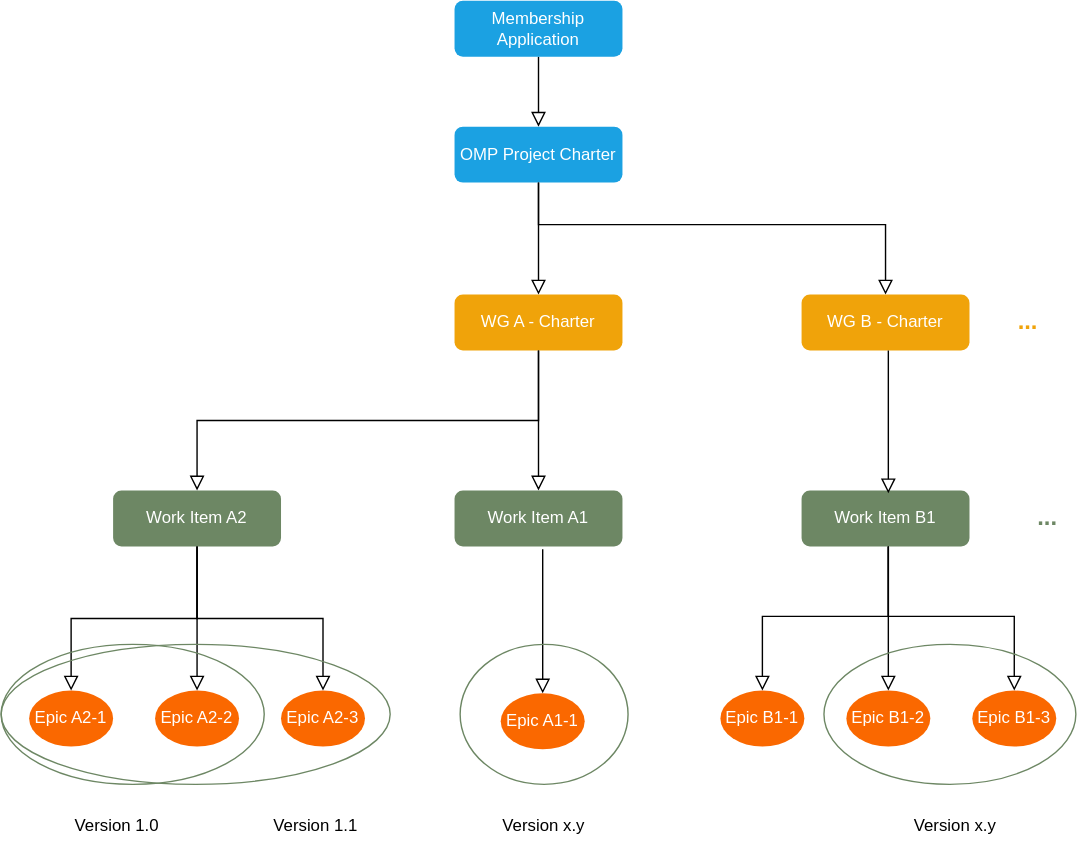
Above: images/omp-breakdown.svg in pawanpurbey/rules_of_engagement (draw.io), before the change. Source tidied: cells renumbered, new cells last; positions are measured from the earlier drawing's top-left corner, leaving out a move shared by most shapes.
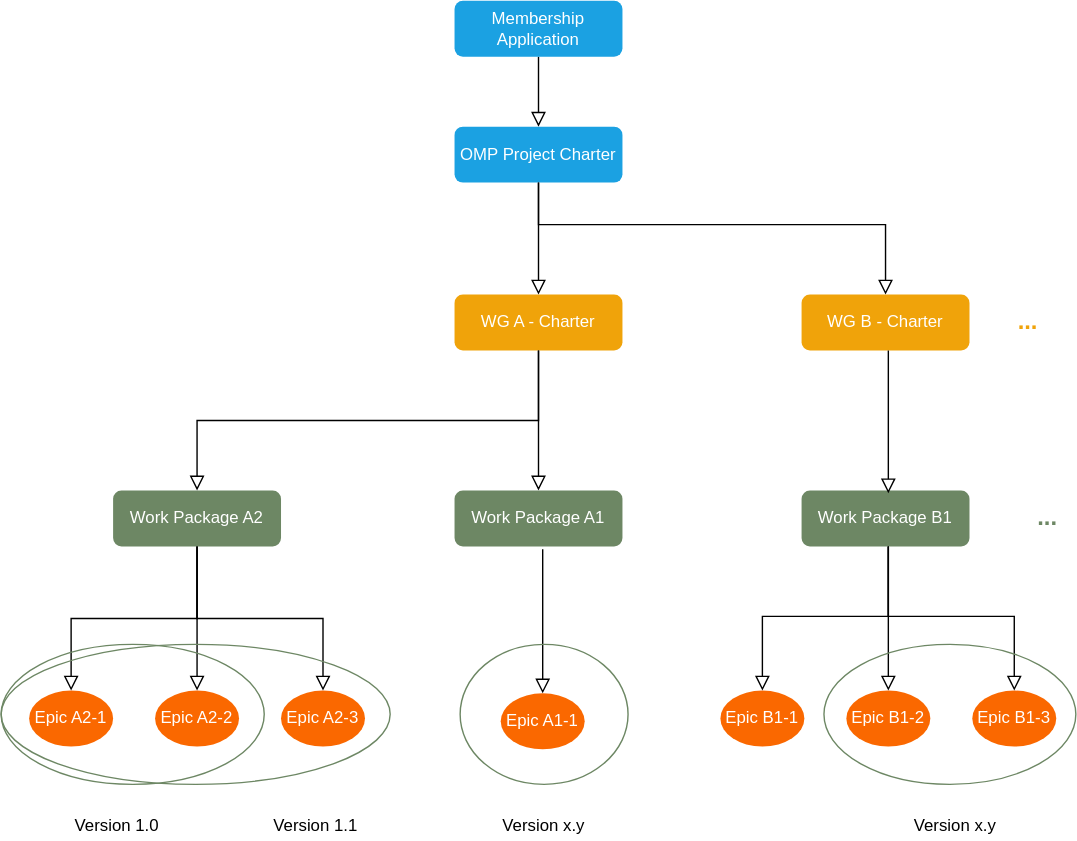
After the change.

Commit message:
add work package to the figure

What changed in the source:
```diff
@@ -22,13 +22,13 @@
     <mxCell id="7" style="rounded=0;html=1;jettySize=auto;fontSize=11;endArrow=block;endFill=0;endSize=8;strokeWidth=1;shadow=0;labelBackgroundColor=none;edgeStyle=orthogonalEdgeStyle;exitX=0.5;exitY=1;exitDx=0;exitDy=0;" parent="1" edge="1" source="5" target="8">
       <mxGeometry x="0.33" y="20" relative="1" as="geometry" />
     </mxCell>
-    <mxCell id="8" value="&lt;font color=&quot;#ffffff&quot;&gt;Work Item A1&lt;/font&gt;" style="rounded=1;whiteSpace=wrap;html=1;fontSize=12;glass=0;strokeWidth=1;shadow=0;fillColor=#6d8764;strokeColor=none;fontColor=#ffffff;" parent="1" vertex="1">
+    <mxCell id="8" value="&lt;font color=&quot;#ffffff&quot;&gt;Work Package A1&lt;/font&gt;" style="rounded=1;whiteSpace=wrap;html=1;fontSize=12;glass=0;strokeWidth=1;shadow=0;fillColor=#6d8764;strokeColor=none;fontColor=#ffffff;" parent="1" vertex="1">
       <mxGeometry x="324" y="350" width="120" height="40" as="geometry" />
     </mxCell>
-    <mxCell id="9" value="&lt;font color=&quot;#ffffff&quot;&gt;Work Item A2&lt;/font&gt;" style="rounded=1;whiteSpace=wrap;html=1;fontSize=12;glass=0;strokeWidth=1;shadow=0;fillColor=#6d8764;strokeColor=none;fontColor=#ffffff;" parent="1" vertex="1">
+    <mxCell id="9" value="&lt;font color=&quot;#ffffff&quot;&gt;Work Package A2&lt;/font&gt;" style="rounded=1;whiteSpace=wrap;html=1;fontSize=12;glass=0;strokeWidth=1;shadow=0;fillColor=#6d8764;strokeColor=none;fontColor=#ffffff;" parent="1" vertex="1">
       <mxGeometry x="80" y="350" width="120" height="40" as="geometry" />
     </mxCell>
-    <mxCell id="10" value="Work Item B1" style="rounded=1;whiteSpace=wrap;html=1;fontSize=12;glass=0;strokeWidth=1;shadow=0;fillColor=#6d8764;strokeColor=none;fontColor=#ffffff;" parent="1" vertex="1">
+    <mxCell id="10" value="Work Package B1" style="rounded=1;whiteSpace=wrap;html=1;fontSize=12;glass=0;strokeWidth=1;shadow=0;fillColor=#6d8764;strokeColor=none;fontColor=#ffffff;" parent="1" vertex="1">
       <mxGeometry x="572" y="350" width="120" height="40" as="geometry" />
     </mxCell>
     <mxCell id="11" style="rounded=0;html=1;jettySize=auto;fontSize=11;endArrow=block;endFill=0;endSize=8;strokeWidth=1;shadow=0;labelBackgroundColor=none;edgeStyle=orthogonalEdgeStyle;exitX=0.5;exitY=1;exitDx=0;exitDy=0;entryX=0.5;entryY=0;entryDx=0;entryDy=0;" parent="1" edge="1" source="4" target="6">
```
